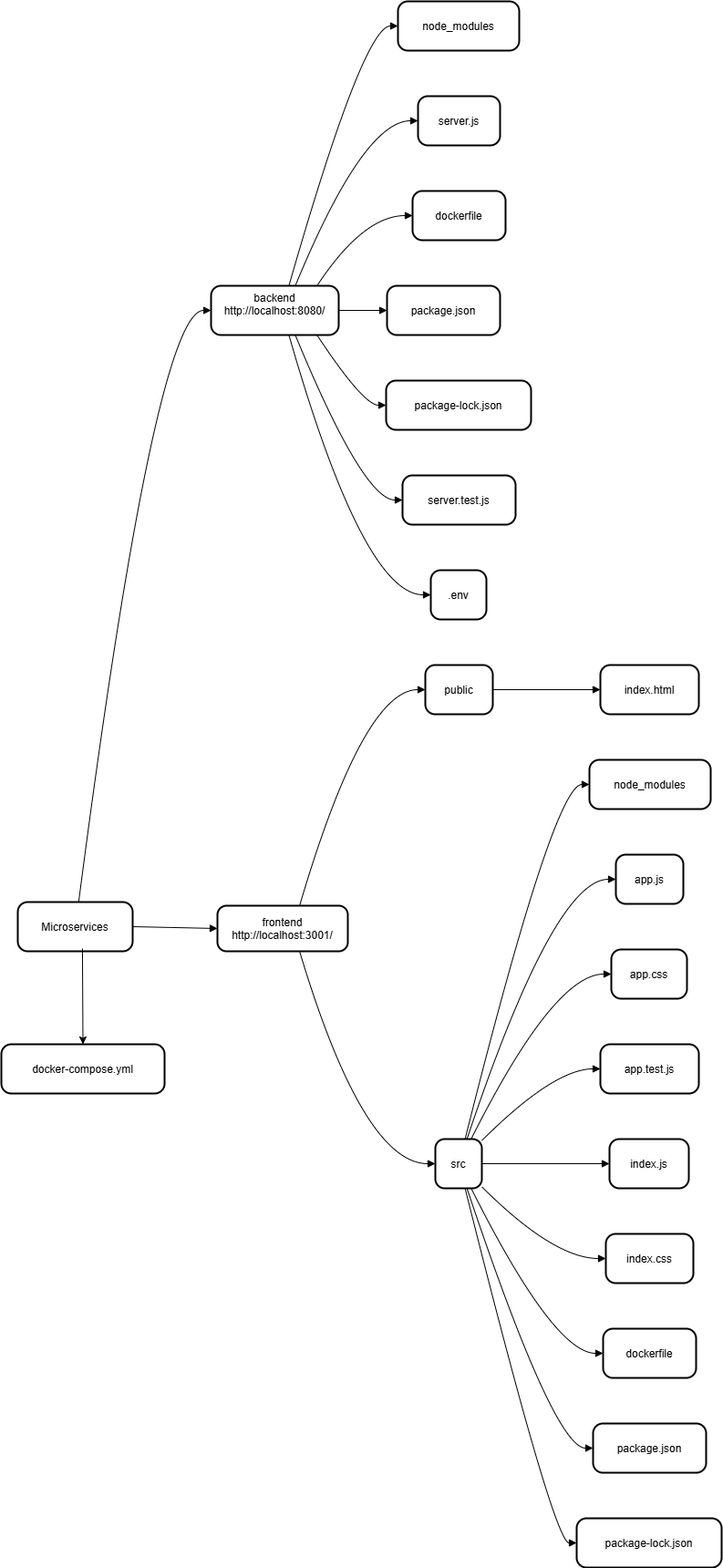
The draw.io diagram Microservices/images/MicroServices.drawio.png in ANANA1218/MicroServices, before a commit. Source tidied: cells renumbered, new cells last; positions are measured from the earlier drawing's top-left corner, leaving out a move shared by most shapes.
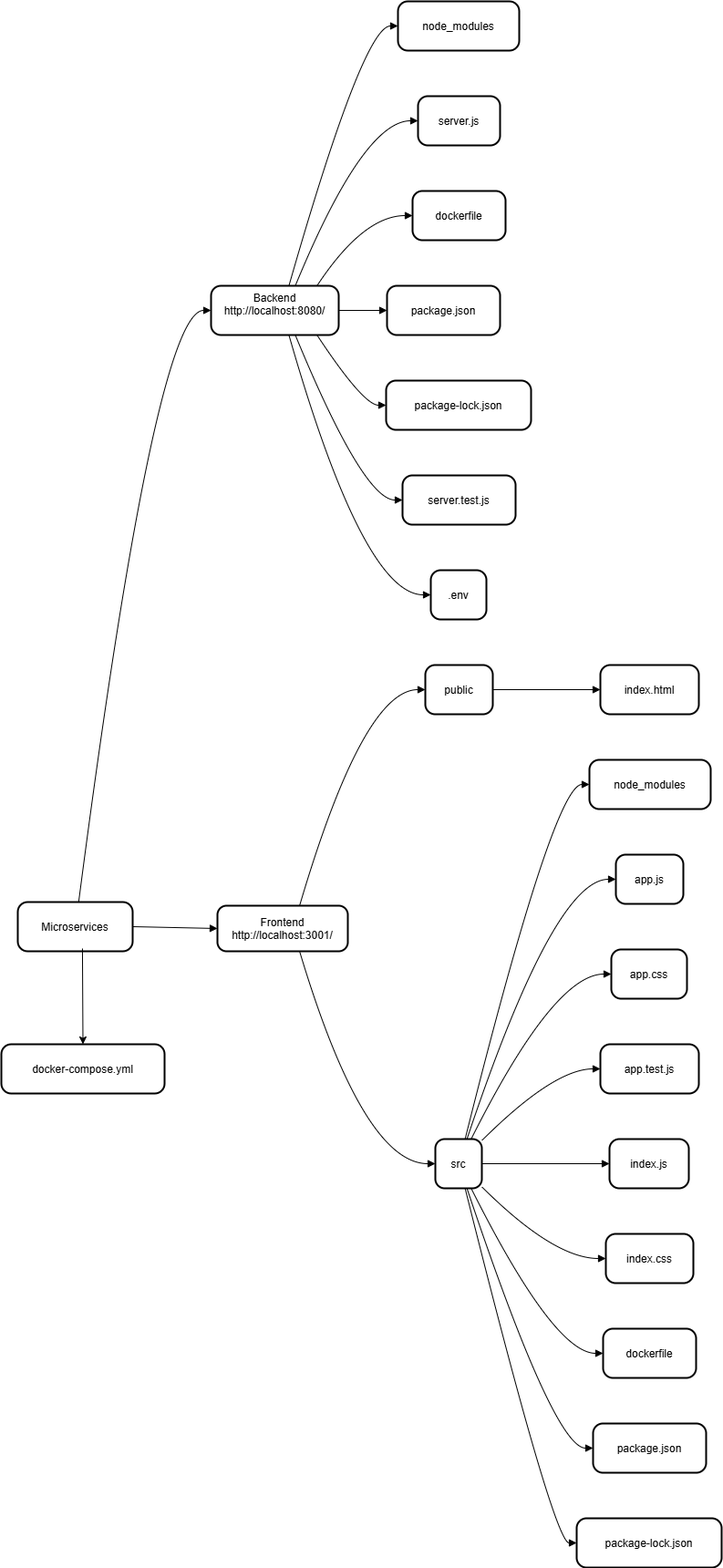
Later version of the same file.

Commit message:
Mettre à jour MicroServices.drawio.png

What changed in the source:
```diff
@@ -5,7 +5,7 @@
     <mxCell id="2" value="Microservices" style="rounded=1;arcSize=20;strokeWidth=2;" parent="1" vertex="1">
       <mxGeometry x="18" y="988" width="126" height="54" as="geometry" />
     </mxCell>
-    <mxCell id="3" value="backend&#10;http://localhost:8080/&#10;" style="rounded=1;arcSize=20;strokeWidth=2;" parent="1" vertex="1">
+    <mxCell id="3" value="Backend&#10;http://localhost:8080/&#10;" style="rounded=1;arcSize=20;strokeWidth=2;" parent="1" vertex="1">
       <mxGeometry x="230" y="312" width="140" height="54" as="geometry" />
     </mxCell>
     <mxCell id="4" value="node_modules" style="rounded=1;arcSize=20;strokeWidth=2;" parent="1" vertex="1">
@@ -29,7 +29,7 @@
     <mxCell id="10" value=".env" style="rounded=1;arcSize=20;strokeWidth=2;" parent="1" vertex="1">
       <mxGeometry x="471" y="624" width="61" height="54" as="geometry" />
     </mxCell>
-    <mxCell id="11" value="frontend&#10;http://localhost:3001/" style="rounded=1;arcSize=20;strokeWidth=2;" parent="1" vertex="1">
+    <mxCell id="11" value="Frontend&#10;http://localhost:3001/" style="rounded=1;arcSize=20;strokeWidth=2;" parent="1" vertex="1">
       <mxGeometry x="237" y="992" width="143" height="50" as="geometry" />
     </mxCell>
     <mxCell id="12" value="public" style="rounded=1;arcSize=20;strokeWidth=2;" parent="1" vertex="1">
```
